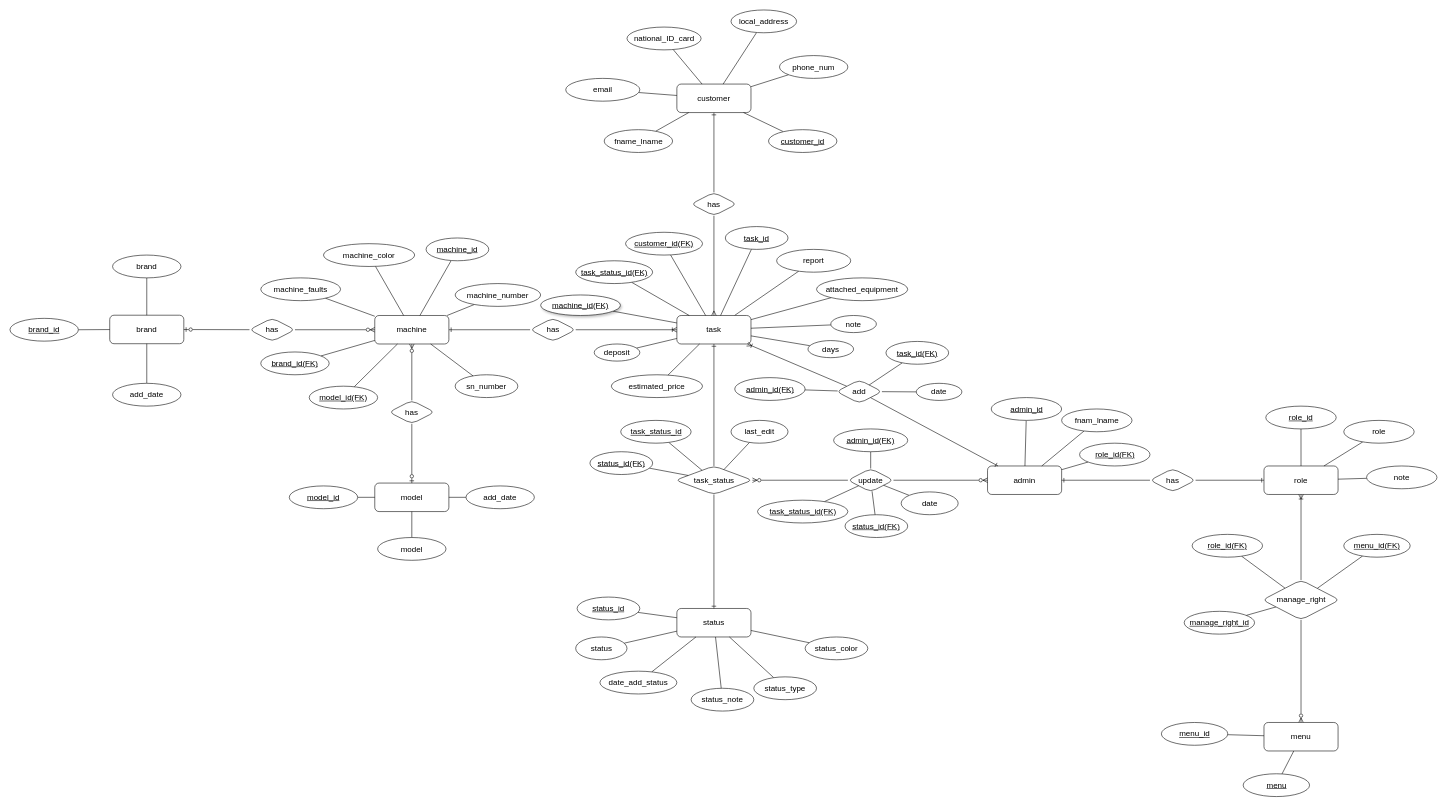
Above: db_design/ERD.drawio in Roseedee/MAINTENANCE-SYSTEM (draw.io), before the change. Source tidied: cells renumbered, new cells numbered last; positions are measured from the earlier drawing's top-left corner, leaving out a move shared by most shapes. Both pictures are drawn from the tidied source at 57%, with x=0, y=0 at pixel (10, 10).
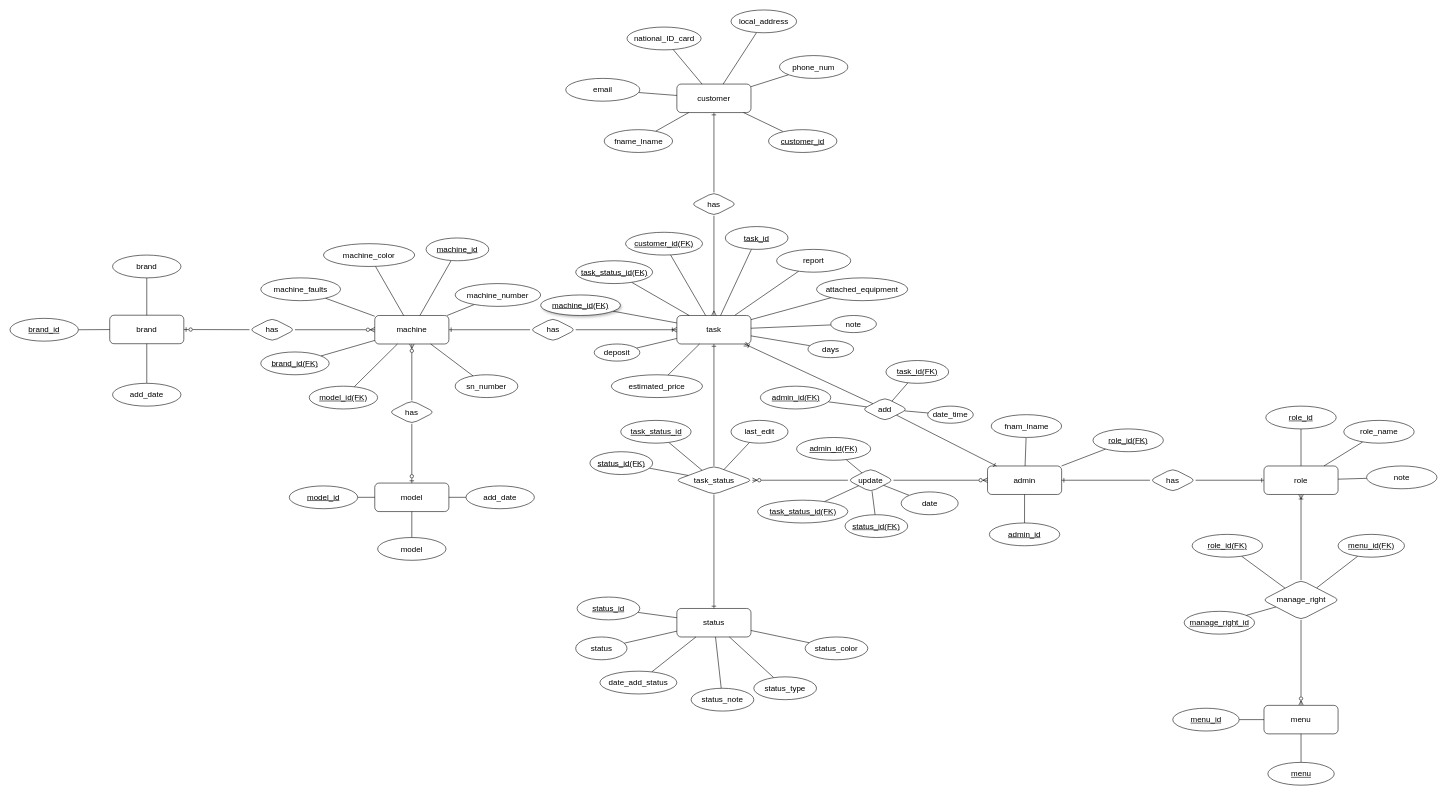
The same diagram, later.

Diff of the diagram source:
```diff
@@
     <mxCell id="79" value="admin_id(FK)" style="ellipse;whiteSpace=wrap;html=1;fontSize=14;fontStyle=4;" parent="1" vertex="1">
-      <mxGeometry x="1445" y="735" width="130" height="40" as="geometry" />
+      <mxGeometry x="1380" y="750" width="130" height="40" as="geometry" />
     </mxCell>
@@
     <mxCell id="81" value="admin_id" style="ellipse;whiteSpace=wrap;html=1;fontSize=14;fontStyle=4;" parent="1" vertex="1">
-      <mxGeometry x="1721.5" y="680" width="123.5" height="40" as="geometry" />
+      <mxGeometry x="1718.2" y="900" width="123.5" height="40" as="geometry" />
     </mxCell>
@@
     <mxCell id="83" value="fnam_lname" style="ellipse;whiteSpace=wrap;html=1;fontSize=14;fontStyle=0;" parent="1" vertex="1">
-      <mxGeometry x="1845" y="700" width="123.5" height="40" as="geometry" />
+      <mxGeometry x="1721.5" y="710" width="123.5" height="40" as="geometry" />
     </mxCell>
@@
     <mxCell id="88" value="role_id(FK)" style="ellipse;whiteSpace=wrap;html=1;fontSize=14;fontStyle=4;" parent="1" vertex="1">
-      <mxGeometry x="1876.5" y="760" width="123.5" height="40" as="geometry" />
+      <mxGeometry x="1900" y="735" width="123.5" height="40" as="geometry" />
     </mxCell>
@@
-    <mxCell id="93" value="role" style="ellipse;whiteSpace=wrap;html=1;fontSize=14;fontStyle=0;" parent="1" vertex="1">
+    <mxCell id="93" value="role_name" style="ellipse;whiteSpace=wrap;html=1;fontSize=14;fontStyle=0;" parent="1" vertex="1">
       <mxGeometry x="2340" y="720" width="123.5" height="40" as="geometry" />
     </mxCell>
@@
     <mxCell id="103" value="add" style="rhombus;whiteSpace=wrap;html=1;fontSize=14;rounded=1;" parent="1" vertex="1">
-      <mxGeometry x="1450" y="649" width="80" height="41" as="geometry" />
+      <mxGeometry x="1495" y="680" width="80" height="41" as="geometry" />
     </mxCell>
@@
     <mxCell id="105" value="task_id(FK)" style="ellipse;whiteSpace=wrap;html=1;fontSize=14;fontStyle=4;" parent="1" vertex="1">
-      <mxGeometry x="1536.8" y="581.5" width="110" height="40" as="geometry" />
+      <mxGeometry x="1536.8" y="615" width="110" height="40" as="geometry" />
     </mxCell>
@@
     <mxCell id="107" value="admin_id(FK)" style="ellipse;whiteSpace=wrap;html=1;fontSize=14;fontStyle=4;" parent="1" vertex="1">
-      <mxGeometry x="1271.5" y="645" width="123.5" height="40" as="geometry" />
+      <mxGeometry x="1316.5" y="660" width="123.5" height="40" as="geometry" />
     </mxCell>
@@
-    <mxCell id="109" value="date" style="ellipse;whiteSpace=wrap;html=1;fontSize=14;" parent="1" vertex="1">
-      <mxGeometry x="1590" y="655" width="80" height="30" as="geometry" />
+    <mxCell id="109" value="date_time" style="ellipse;whiteSpace=wrap;html=1;fontSize=14;" parent="1" vertex="1">
+      <mxGeometry x="1610" y="695" width="80" height="30" as="geometry" />
     </mxCell>
@@
     <mxCell id="119" value="menu_id(FK)" style="ellipse;whiteSpace=wrap;html=1;fontSize=14;fontStyle=4;" parent="1" vertex="1">
-      <mxGeometry x="2340" y="920" width="116.5" height="40" as="geometry" />
+      <mxGeometry x="2330" y="920" width="116.5" height="40" as="geometry" />
     </mxCell>
@@
     <mxCell id="123" value="menu" style="rounded=1;whiteSpace=wrap;html=1;fontSize=14;" parent="1" vertex="1">
-      <mxGeometry x="2200" y="1250" width="130" height="50" as="geometry" />
+      <mxGeometry x="2200" y="1220" width="130" height="50" as="geometry" />
     </mxCell>
@@
     <mxCell id="125" value="menu_id" style="ellipse;whiteSpace=wrap;html=1;fontSize=14;fontStyle=4;" parent="1" vertex="1">
-      <mxGeometry x="2020" y="1250" width="116.5" height="40" as="geometry" />
+      <mxGeometry x="2040" y="1225" width="116.5" height="40" as="geometry" />
     </mxCell>
@@
     <mxCell id="127" value="menu" style="ellipse;whiteSpace=wrap;html=1;fontSize=14;fontStyle=4;" parent="1" vertex="1">
-      <mxGeometry x="2163.5" y="1340" width="116.5" height="40" as="geometry" />
+      <mxGeometry x="2206.8" y="1320" width="116.5" height="40" as="geometry" />
     </mxCell>
```
